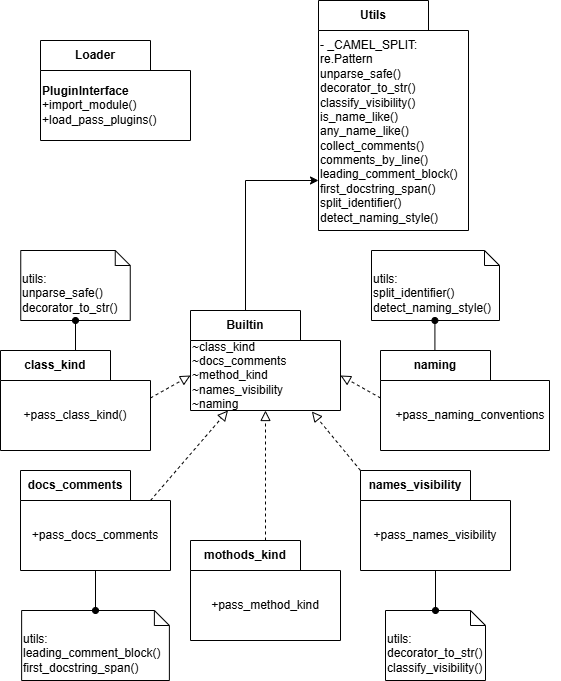
IsabelaYabe/TccLatex keeps this draw.io diagram as drawio/Images/AST_Model_Plugins-plugins_package.drawio.png. Above is the earlier version. Source tidied: cells renumbered, new cells last; positions are measured from the earlier drawing's top-left corner, leaving out a move shared by most shapes.
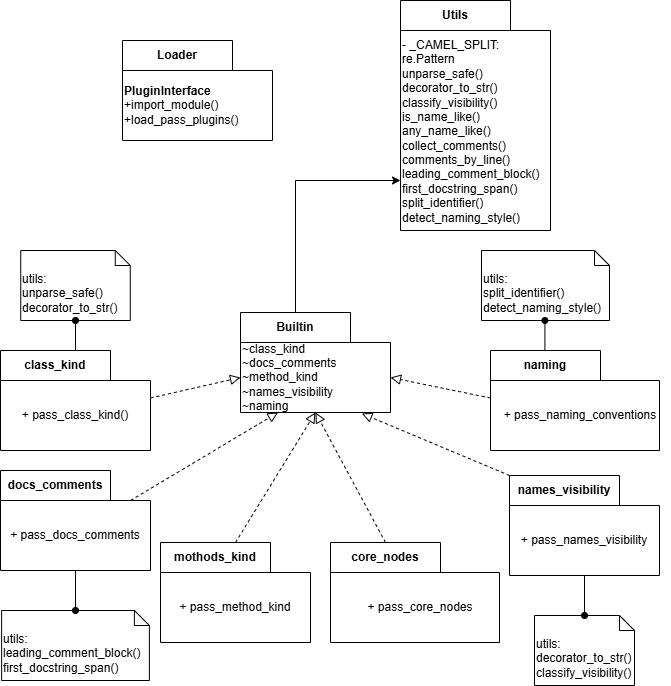
Later version of the same file.

Diff of the diagram source:
```diff
@@ -3,15 +3,26 @@
     <mxCell id="0" />
     <mxCell id="1" parent="0" />
     <mxCell id="2" value="Loader" style="shape=folder;fontStyle=1;tabWidth=110;tabHeight=30;tabPosition=left;html=1;boundedLbl=1;labelInHeader=1;whiteSpace=wrap;" parent="1" vertex="1">
-      <mxGeometry x="40" y="40" width="150" height="100" as="geometry" />
+      <mxGeometry x="131" y="41" width="150" height="100" as="geometry" />
     </mxCell>
     <mxCell id="3" value="&lt;b&gt;PluginInterface&lt;/b&gt;&lt;div&gt;+import_module()&lt;/div&gt;&lt;div&gt;+load_pass_plugins()&lt;/div&gt;" style="html=1;strokeColor=none;fillColor=none;whiteSpace=wrap;align=left;" parent="2" vertex="1">
       <mxGeometry width="150" height="70" relative="1" as="geometry">
         <mxPoint y="30" as="offset" />
       </mxGeometry>
     </mxCell>
+    <mxCell id="29" value="Utils" style="shape=folder;fontStyle=1;tabWidth=110;tabHeight=30;tabPosition=left;html=1;boundedLbl=1;labelInHeader=1;whiteSpace=wrap;" parent="1" vertex="1">
+      <mxGeometry x="409" y="1" width="150" height="230" as="geometry" />
+    </mxCell>
+    <mxCell id="30" value="&lt;div&gt;- _CAMEL_SPLIT: re.Pattern&lt;/div&gt;&lt;div&gt;unparse_safe()&lt;/div&gt;&lt;div&gt;decorator_to_str()&lt;/div&gt;&lt;div&gt;classify_visibility()&lt;/div&gt;&lt;div&gt;is_name_like()&lt;/div&gt;&lt;div&gt;any_name_like()&lt;/div&gt;&lt;div&gt;collect_comments()&lt;/div&gt;&lt;div&gt;comments_by_line()&lt;/div&gt;&lt;div&gt;leading_comment_block()&lt;/div&gt;&lt;div&gt;first_docstring_span()&lt;/div&gt;&lt;div&gt;split_identifier()&lt;/div&gt;&lt;div&gt;detect_naming_style()&lt;/div&gt;" style="html=1;strokeColor=none;fillColor=none;whiteSpace=wrap;align=left;" parent="29" vertex="1">
+      <mxGeometry width="150" height="202.4" relative="1" as="geometry">
+        <mxPoint y="30" as="offset" />
+      </mxGeometry>
+    </mxCell>
+    <mxCell id="31" style="edgeStyle=orthogonalEdgeStyle;rounded=0;jettySize=auto;html=1;exitX=0;exitY=0;exitDx=55;exitDy=0;exitPerimeter=0;entryX=0;entryY=0;entryDx=0;entryDy=180;entryPerimeter=0;" parent="1" edge="1" source="4" target="29">
+      <mxGeometry relative="1" as="geometry" />
+    </mxCell>
     <mxCell id="4" value="Builtin" style="shape=folder;fontStyle=1;tabWidth=110;tabHeight=30;tabPosition=left;html=1;boundedLbl=1;labelInHeader=1;whiteSpace=wrap;" parent="1" vertex="1">
-      <mxGeometry x="190" y="310" width="150" height="100" as="geometry" />
+      <mxGeometry x="249" y="313" width="150" height="100" as="geometry" />
     </mxCell>
     <mxCell id="5" value="~class_kind&lt;div&gt;~docs_comments&lt;/div&gt;&lt;div&gt;~method_kind&lt;/div&gt;&lt;div&gt;~names_visibility&lt;/div&gt;&lt;div&gt;~naming&lt;/div&gt;" style="html=1;strokeColor=none;fillColor=none;whiteSpace=wrap;align=left;" parent="4" vertex="1">
       <mxGeometry width="150" height="70" relative="1" as="geometry">
@@ -19,45 +30,45 @@
       </mxGeometry>
     </mxCell>
     <mxCell id="6" value="names_visibility" style="shape=folder;fontStyle=1;tabWidth=110;tabHeight=30;tabPosition=left;html=1;boundedLbl=1;labelInHeader=1;whiteSpace=wrap;" parent="1" vertex="1">
-      <mxGeometry x="360" y="470" width="150" height="100" as="geometry" />
+      <mxGeometry x="518" y="476" width="150" height="100" as="geometry" />
     </mxCell>
-    <mxCell id="7" value="+pass_names_visibility" style="html=1;strokeColor=none;fillColor=none;whiteSpace=wrap;" parent="6" vertex="1">
-      <mxGeometry width="150" height="70" relative="1" as="geometry">
-        <mxPoint y="30" as="offset" />
-      </mxGeometry>
-    </mxCell>
+    <mxCell id="32" value="+ pass_names_visibility" style="html=1;strokeColor=none;fillColor=none;whiteSpace=wrap;" parent="6" vertex="1">
+      <mxGeometry width="150" height="70" relative="1" as="geometry">
+        <mxPoint y="30" as="offset" />
+      </mxGeometry>
+    </mxCell>
     <mxCell id="8" value="&lt;span style=&quot;text-align: left;&quot;&gt;naming&lt;/span&gt;" style="shape=folder;fontStyle=1;tabWidth=110;tabHeight=30;tabPosition=left;html=1;boundedLbl=1;labelInHeader=1;whiteSpace=wrap;" parent="1" vertex="1">
-      <mxGeometry x="380" y="350" width="169" height="100" as="geometry" />
+      <mxGeometry x="499" y="351" width="169" height="100" as="geometry" />
     </mxCell>
-    <mxCell id="9" value="+pass_naming_conventions" style="html=1;strokeColor=none;fillColor=none;whiteSpace=wrap;" parent="8" vertex="1">
-      <mxGeometry width="180.27" height="70" relative="1" as="geometry">
-        <mxPoint y="30" as="offset" />
-      </mxGeometry>
-    </mxCell>
+    <mxCell id="33" value="+ pass_naming_conventions" style="html=1;strokeColor=none;fillColor=none;whiteSpace=wrap;" parent="8" vertex="1">
+      <mxGeometry width="180.27" height="70" relative="1" as="geometry">
+        <mxPoint y="30" as="offset" />
+      </mxGeometry>
+    </mxCell>
     <mxCell id="10" value="&lt;span style=&quot;text-align: left;&quot;&gt;class_kind&lt;/span&gt;" style="shape=folder;fontStyle=1;tabWidth=110;tabHeight=30;tabPosition=left;html=1;boundedLbl=1;labelInHeader=1;whiteSpace=wrap;" parent="1" vertex="1">
-      <mxGeometry y="350" width="150" height="100" as="geometry" />
+      <mxGeometry x="9" y="351" width="150" height="100" as="geometry" />
     </mxCell>
-    <mxCell id="11" value="+pass_class_kind()" style="html=1;strokeColor=none;fillColor=none;whiteSpace=wrap;" parent="10" vertex="1">
-      <mxGeometry width="150" height="70" relative="1" as="geometry">
-        <mxPoint y="30" as="offset" />
-      </mxGeometry>
-    </mxCell>
+    <mxCell id="34" value="+ pass_class_kind()" style="html=1;strokeColor=none;fillColor=none;whiteSpace=wrap;" parent="10" vertex="1">
+      <mxGeometry width="150" height="70" relative="1" as="geometry">
+        <mxPoint y="30" as="offset" />
+      </mxGeometry>
+    </mxCell>
     <mxCell id="12" value="&lt;span style=&quot;text-align: left;&quot;&gt;docs_comments&lt;/span&gt;" style="shape=folder;fontStyle=1;tabWidth=110;tabHeight=30;tabPosition=left;html=1;boundedLbl=1;labelInHeader=1;whiteSpace=wrap;" parent="1" vertex="1">
-      <mxGeometry x="20" y="470" width="150" height="100" as="geometry" />
+      <mxGeometry x="9" y="471" width="150" height="100" as="geometry" />
     </mxCell>
-    <mxCell id="13" value="+pass_docs_comments" style="html=1;strokeColor=none;fillColor=none;whiteSpace=wrap;" parent="12" vertex="1">
-      <mxGeometry width="150" height="70" relative="1" as="geometry">
-        <mxPoint y="30" as="offset" />
-      </mxGeometry>
-    </mxCell>
+    <mxCell id="35" value="+ pass_docs_comments" style="html=1;strokeColor=none;fillColor=none;whiteSpace=wrap;" parent="12" vertex="1">
+      <mxGeometry width="150" height="70" relative="1" as="geometry">
+        <mxPoint y="30" as="offset" />
+      </mxGeometry>
+    </mxCell>
     <mxCell id="14" value="&lt;span style=&quot;text-align: left;&quot;&gt;mothods_kind&lt;/span&gt;" style="shape=folder;fontStyle=1;tabWidth=110;tabHeight=30;tabPosition=left;html=1;boundedLbl=1;labelInHeader=1;whiteSpace=wrap;" parent="1" vertex="1">
-      <mxGeometry x="190" y="540" width="150" height="100" as="geometry" />
+      <mxGeometry x="169" y="543" width="150" height="100" as="geometry" />
     </mxCell>
-    <mxCell id="15" value="+pass_method_kind" style="html=1;strokeColor=none;fillColor=none;whiteSpace=wrap;" parent="14" vertex="1">
-      <mxGeometry width="150" height="70" relative="1" as="geometry">
-        <mxPoint y="30" as="offset" />
-      </mxGeometry>
-    </mxCell>
+    <mxCell id="36" value="+ pass_method_kind" style="html=1;strokeColor=none;fillColor=none;whiteSpace=wrap;" parent="14" vertex="1">
+      <mxGeometry width="150" height="70" relative="1" as="geometry">
+        <mxPoint y="30" as="offset" />
+      </mxGeometry>
+    </mxCell>
     <mxCell id="16" style="endArrow=block;startArrow=none;endFill=0;startFill=0;endSize=8;html=1;verticalAlign=bottom;dashed=1;labelBackgroundColor=none;rounded=0;exitX=0.5;exitY=0;exitDx=0;exitDy=0;exitPerimeter=0;entryX=0.5;entryY=1;entryDx=0;entryDy=0;entryPerimeter=0;" parent="1" edge="1" source="14" target="4">
       <mxGeometry relative="1" as="geometry" />
     </mxCell>
@@ -74,16 +85,16 @@
       <mxGeometry relative="1" as="geometry" />
     </mxCell>
     <mxCell id="21" value="utils:&lt;div&gt;split_identifier()&lt;/div&gt;&lt;div style=&quot;&quot;&gt;detect_naming_style()&lt;/div&gt;" style="shape=note2;boundedLbl=1;whiteSpace=wrap;html=1;size=15;verticalAlign=top;align=left;" parent="1" vertex="1">
-      <mxGeometry x="371" y="250" width="128" height="70" as="geometry" />
+      <mxGeometry x="490" y="251" width="128" height="70" as="geometry" />
     </mxCell>
     <mxCell id="22" value="utils:&lt;div&gt;decorator_to_str()&lt;/div&gt;&lt;div style=&quot;&quot;&gt;classify_visibility()&lt;/div&gt;" style="shape=note2;boundedLbl=1;whiteSpace=wrap;html=1;size=15;verticalAlign=top;align=left;" parent="1" vertex="1">
-      <mxGeometry x="385" y="610" width="100" height="70" as="geometry" />
+      <mxGeometry x="543" y="616" width="100" height="70" as="geometry" />
     </mxCell>
     <mxCell id="23" value="utils:&lt;div&gt;unparse_safe()&lt;br&gt;&lt;div&gt;decorator_to_str()&lt;/div&gt;&lt;/div&gt;" style="shape=note2;boundedLbl=1;whiteSpace=wrap;html=1;size=15;verticalAlign=top;align=left;" parent="1" vertex="1">
-      <mxGeometry x="20.2" y="250" width="109.5" height="70" as="geometry" />
+      <mxGeometry x="29.2" y="251" width="109.5" height="70" as="geometry" />
     </mxCell>
     <mxCell id="24" value="utils:&lt;div&gt;leading_comment_block()&lt;/div&gt;&lt;div&gt;&lt;span style=&quot;background-color: transparent; color: light-dark(rgb(0, 0, 0), rgb(255, 255, 255));&quot;&gt;first_docstring_span()&lt;/span&gt;&lt;/div&gt;" style="shape=note2;boundedLbl=1;whiteSpace=wrap;html=1;size=15;verticalAlign=top;align=left;" parent="1" vertex="1">
-      <mxGeometry x="21.1" y="610" width="147.8" height="70" as="geometry" />
+      <mxGeometry x="10.1" y="611" width="147.8" height="70" as="geometry" />
     </mxCell>
     <mxCell id="25" style="endArrow=none;html=1;rounded=0;align=center;verticalAlign=top;endFill=0;labelBackgroundColor=none;endSize=6;startArrow=oval;startFill=1;entryX=0.5;entryY=1;entryDx=0;entryDy=0;entryPerimeter=0;exitX=0.5;exitY=0;exitDx=0;exitDy=0;exitPerimeter=0;" parent="1" edge="1" source="24" target="12">
       <mxGeometry relative="1" as="geometry" />
@@ -91,27 +102,27 @@
     <mxCell id="26" style="endArrow=none;html=1;rounded=0;align=center;verticalAlign=top;endFill=0;labelBackgroundColor=none;endSize=6;startArrow=oval;startFill=1;entryX=0.5;entryY=1;entryDx=0;entryDy=0;entryPerimeter=0;exitX=0.5;exitY=0;exitDx=0;exitDy=0;exitPerimeter=0;" parent="1" edge="1" source="22" target="6">
       <mxGeometry relative="1" as="geometry" />
     </mxCell>
-    <mxCell id="27" style="endArrow=none;html=1;rounded=0;align=center;verticalAlign=top;endFill=0;labelBackgroundColor=none;endSize=6;startArrow=oval;startFill=1;exitX=0.5;exitY=1;exitDx=0;exitDy=0;exitPerimeter=0;" parent="1" edge="1" source="23">
-      <mxGeometry relative="1" as="geometry">
-        <mxPoint x="75" y="350" as="targetPoint" />
-      </mxGeometry>
-    </mxCell>
-    <mxCell id="28" style="endArrow=none;html=1;rounded=0;align=center;verticalAlign=top;endFill=0;labelBackgroundColor=none;endSize=6;startArrow=oval;startFill=1;exitX=0.5;exitY=1;exitDx=0;exitDy=0;exitPerimeter=0;" parent="1" edge="1">
-      <mxGeometry relative="1" as="geometry">
-        <mxPoint x="434.4" y="320" as="sourcePoint" />
-        <mxPoint x="434.4" y="350" as="targetPoint" />
-      </mxGeometry>
-    </mxCell>
-    <mxCell id="29" value="Utils" style="shape=folder;fontStyle=1;tabWidth=110;tabHeight=30;tabPosition=left;html=1;boundedLbl=1;labelInHeader=1;whiteSpace=wrap;" parent="1" vertex="1">
-      <mxGeometry x="318" width="150" height="230" as="geometry" />
-    </mxCell>
-    <mxCell id="30" value="&lt;div&gt;- _CAMEL_SPLIT: re.Pattern&lt;/div&gt;&lt;div&gt;unparse_safe()&lt;/div&gt;&lt;div&gt;decorator_to_str()&lt;/div&gt;&lt;div&gt;classify_visibility()&lt;/div&gt;&lt;div&gt;is_name_like()&lt;/div&gt;&lt;div&gt;any_name_like()&lt;/div&gt;&lt;div&gt;collect_comments()&lt;/div&gt;&lt;div&gt;comments_by_line()&lt;/div&gt;&lt;div&gt;leading_comment_block()&lt;/div&gt;&lt;div&gt;first_docstring_span()&lt;/div&gt;&lt;div&gt;split_identifier()&lt;/div&gt;&lt;div&gt;detect_naming_style()&lt;/div&gt;" style="html=1;strokeColor=none;fillColor=none;whiteSpace=wrap;align=left;" parent="29" vertex="1">
-      <mxGeometry width="150" height="202.4" relative="1" as="geometry">
-        <mxPoint y="30" as="offset" />
-      </mxGeometry>
-    </mxCell>
-    <mxCell id="31" style="edgeStyle=orthogonalEdgeStyle;rounded=0;jettySize=auto;html=1;exitX=0;exitY=0;exitDx=55;exitDy=0;exitPerimeter=0;entryX=0;entryY=0;entryDx=0;entryDy=180;entryPerimeter=0;" parent="1" edge="1" source="4" target="29">
-      <mxGeometry relative="1" as="geometry" />
-    </mxCell>
+    <mxCell id="37" style="endArrow=none;html=1;rounded=0;align=center;verticalAlign=top;endFill=0;labelBackgroundColor=none;endSize=6;startArrow=oval;startFill=1;exitX=0.5;exitY=1;exitDx=0;exitDy=0;exitPerimeter=0;" parent="1" edge="1" source="23">
+      <mxGeometry relative="1" as="geometry">
+        <mxPoint x="84" y="351" as="targetPoint" />
+      </mxGeometry>
+    </mxCell>
+    <mxCell id="38" style="endArrow=none;html=1;rounded=0;align=center;verticalAlign=top;endFill=0;labelBackgroundColor=none;endSize=6;startArrow=oval;startFill=1;exitX=0.5;exitY=1;exitDx=0;exitDy=0;exitPerimeter=0;" parent="1" edge="1">
+      <mxGeometry relative="1" as="geometry">
+        <mxPoint x="553.4" y="321" as="sourcePoint" />
+        <mxPoint x="553.4" y="351" as="targetPoint" />
+      </mxGeometry>
+    </mxCell>
+    <mxCell id="39" value="&lt;span style=&quot;text-align: left;&quot;&gt;core_nodes&lt;/span&gt;" style="shape=folder;fontStyle=1;tabWidth=110;tabHeight=30;tabPosition=left;html=1;boundedLbl=1;labelInHeader=1;whiteSpace=wrap;" parent="1" vertex="1">
+      <mxGeometry x="339" y="543" width="169" height="100" as="geometry" />
+    </mxCell>
+    <mxCell id="40" value="+ pass_core_nodes" style="html=1;strokeColor=none;fillColor=none;whiteSpace=wrap;" parent="39" vertex="1">
+      <mxGeometry width="180.27" height="70" relative="1" as="geometry">
+        <mxPoint y="30" as="offset" />
+      </mxGeometry>
+    </mxCell>
+    <mxCell id="41" style="endArrow=block;startArrow=none;endFill=0;startFill=0;endSize=8;html=1;verticalAlign=bottom;dashed=1;labelBackgroundColor=none;rounded=0;exitX=0;exitY=0;exitDx=55;exitDy=0;exitPerimeter=0;entryX=0.5;entryY=1;entryDx=0;entryDy=0;entryPerimeter=0;" parent="1" edge="1" source="39" target="4">
+      <mxGeometry relative="1" as="geometry" />
+    </mxCell>
   </root>
 </mxGraphModel>
```
